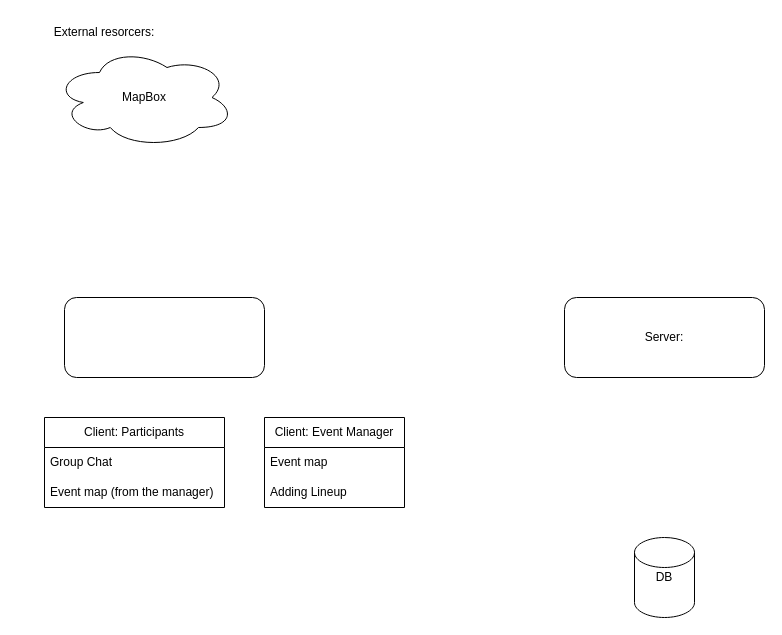
This is Untitled Diagram.drawio from dorinmichaeli/Final-Project, a draw.io file, before an edit. Source tidied: cells renumbered, new cells numbered last; positions are measured from the earlier drawing's top-left corner, leaving out a move shared by most shapes. Both pictures are drawn from the tidied source at 100%, with x=0, y=0 at pixel (44, 17).
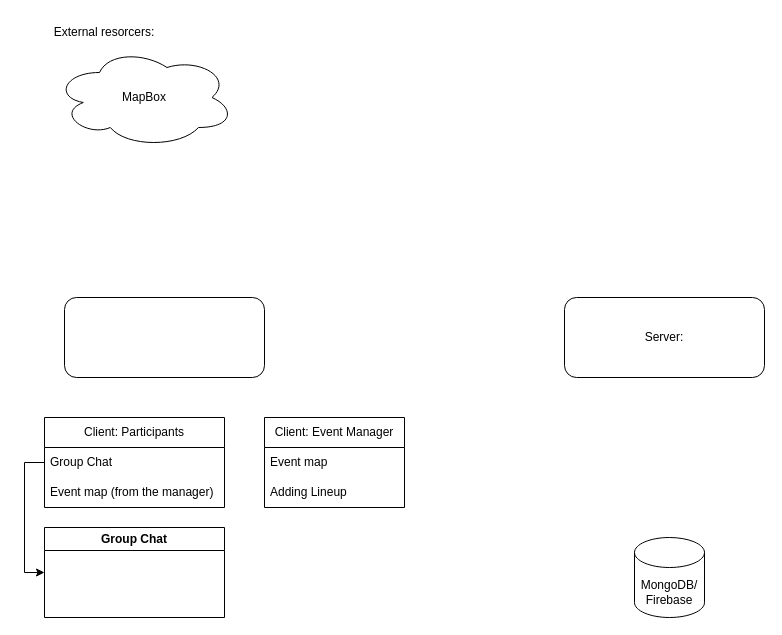
The same diagram, later.

The edit, as a diff of the source:
```diff
@@
 <mxGraphModel>
   <root>
     <mxCell id="0" />
     <mxCell id="1" parent="0" />
     <mxCell id="2" style="rounded=1;whiteSpace=wrap;html=1;" parent="1" vertex="1">
       <mxGeometry x="20" y="280" width="200" height="80" as="geometry" />
     </mxCell>
     <mxCell id="3" value="Server:" style="rounded=1;whiteSpace=wrap;html=1;" parent="1" vertex="1">
       <mxGeometry x="520" y="280" width="200" height="80" as="geometry" />
     </mxCell>
     <mxCell id="4" style="shape=cylinder3;whiteSpace=wrap;html=1;boundedLbl=1;backgroundOutline=1;size=15;" parent="1" vertex="1">
-      <mxGeometry x="590" y="520" width="60" height="80" as="geometry" />
+      <mxGeometry x="590" y="520" width="70" height="80" as="geometry" />
     </mxCell>
     <mxCell id="5" style="ellipse;shape=cloud;whiteSpace=wrap;html=1;" parent="1" vertex="1">
       <mxGeometry x="10" y="30" width="180" height="100" as="geometry" />
     </mxCell>
     <mxCell id="6" value="External resorcers:" style="text;html=1;strokeColor=none;fillColor=none;align=center;verticalAlign=middle;whiteSpace=wrap;rounded=0;" parent="1" vertex="1">
       <mxGeometry width="120" height="30" as="geometry" />
     </mxCell>
     <mxCell id="7" value="MapBox" style="text;html=1;strokeColor=none;fillColor=none;align=center;verticalAlign=middle;whiteSpace=wrap;rounded=0;" parent="1" vertex="1">
       <mxGeometry x="70" y="65" width="60" height="30" as="geometry" />
     </mxCell>
-    <mxCell id="8" value="DB" style="text;html=1;strokeColor=none;fillColor=none;align=center;verticalAlign=middle;whiteSpace=wrap;rounded=0;" parent="1" vertex="1">
-      <mxGeometry x="590" y="545" width="60" height="30" as="geometry" />
+    <mxCell id="8" value="MongoDB/ Firebase" style="text;html=1;strokeColor=none;fillColor=none;align=center;verticalAlign=middle;whiteSpace=wrap;rounded=0;" parent="1" vertex="1">
+      <mxGeometry x="595" y="560" width="60" height="30" as="geometry" />
     </mxCell>
     <mxCell id="9" value="Client: Participants" style="swimlane;fontStyle=0;horizontal=1;startSize=30;whiteSpace=wrap;html=1;" parent="1" vertex="1">
       <mxGeometry y="400" width="180" height="90" as="geometry" />
     </mxCell>
     <mxCell id="10" value="Group Chat" style="text;strokeColor=none;fillColor=none;align=left;verticalAlign=middle;spacingLeft=4;spacingRight=4;overflow=hidden;points=[[0,0.5],[1,0.5]];portConstraint=eastwest;whiteSpace=wrap;html=1;" parent="9" vertex="1">
       <mxGeometry y="30" width="180" height="30" as="geometry" />
     </mxCell>
     <mxCell id="11" value="Event map (from the manager)" style="text;strokeColor=none;fillColor=none;align=left;verticalAlign=middle;spacingLeft=4;spacingRight=4;overflow=hidden;whiteSpace=wrap;html=1;" parent="9" vertex="1">
       <mxGeometry y="60" width="180" height="30" as="geometry" />
     </mxCell>
     <mxCell id="12" value="Client: Event Manager" style="swimlane;fontStyle=0;horizontal=1;startSize=30;whiteSpace=wrap;html=1;" parent="1" vertex="1">
       <mxGeometry x="220" y="400" width="140" height="90" as="geometry" />
     </mxCell>
     <mxCell id="13" value="Event map" style="text;strokeColor=none;fillColor=none;align=left;verticalAlign=middle;spacingLeft=4;spacingRight=4;overflow=hidden;whiteSpace=wrap;html=1;" parent="12" vertex="1">
       <mxGeometry y="30" width="140" height="30" as="geometry" />
     </mxCell>
     <mxCell id="14" value="Adding Lineup" style="text;strokeColor=none;fillColor=none;align=left;verticalAlign=middle;spacingLeft=4;spacingRight=4;overflow=hidden;whiteSpace=wrap;html=1;" parent="12" vertex="1">
       <mxGeometry y="60" width="140" height="30" as="geometry" />
     </mxCell>
+    <mxCell id="15" value="Group Chat" style="swimlane;whiteSpace=wrap;html=1;" parent="1" vertex="1">
+      <mxGeometry y="510" width="180" height="90" as="geometry" />
+    </mxCell>
+    <mxCell id="16" style="edgeStyle=orthogonalEdgeStyle;rounded=0;jettySize=auto;html=1;exitX=0;exitY=0.5;exitDx=0;exitDy=0;entryX=0;entryY=0.5;entryDx=0;entryDy=0;" parent="1" edge="1" source="10" target="15">
+      <mxGeometry relative="1" as="geometry" />
+    </mxCell>
   </root>
 </mxGraphModel>
```
